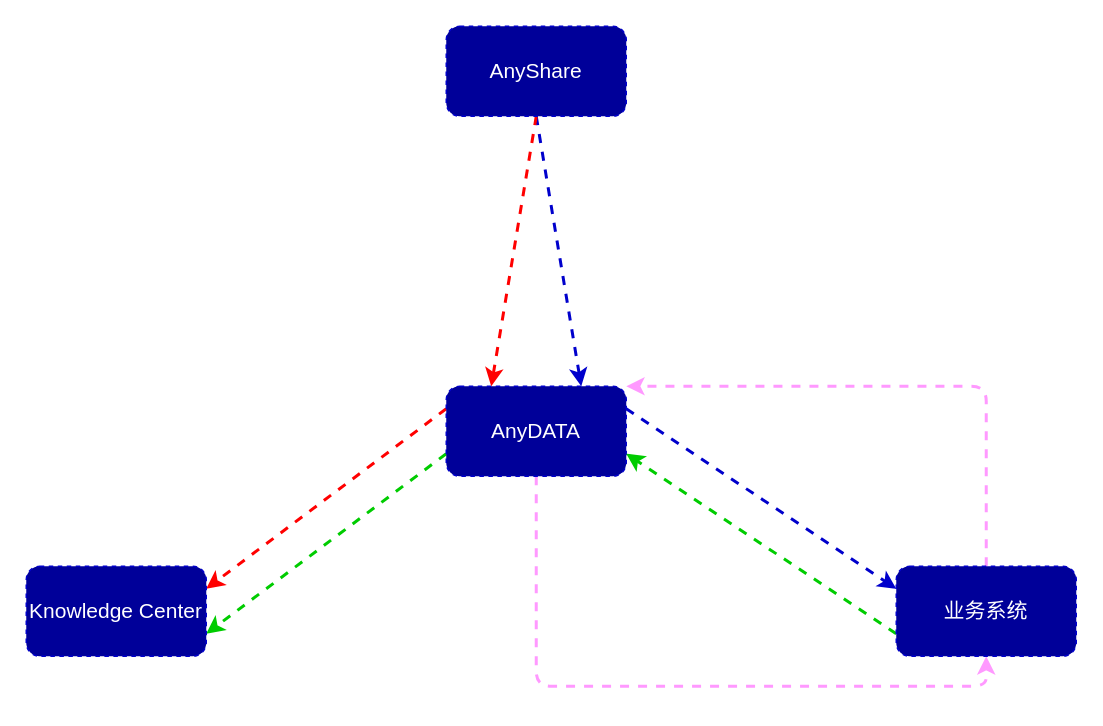
Earlier version of the draw.io diagram Cognitive intelligence.drawio.xml (Musk-Mxy/Mxy). Source tidied: cells renumbered, new cells numbered last; positions are measured from the earlier drawing's top-left corner, leaving out a move shared by most shapes. Both pictures are drawn from the tidied source at 150%, with x=0, y=0 at pixel (26, 26).
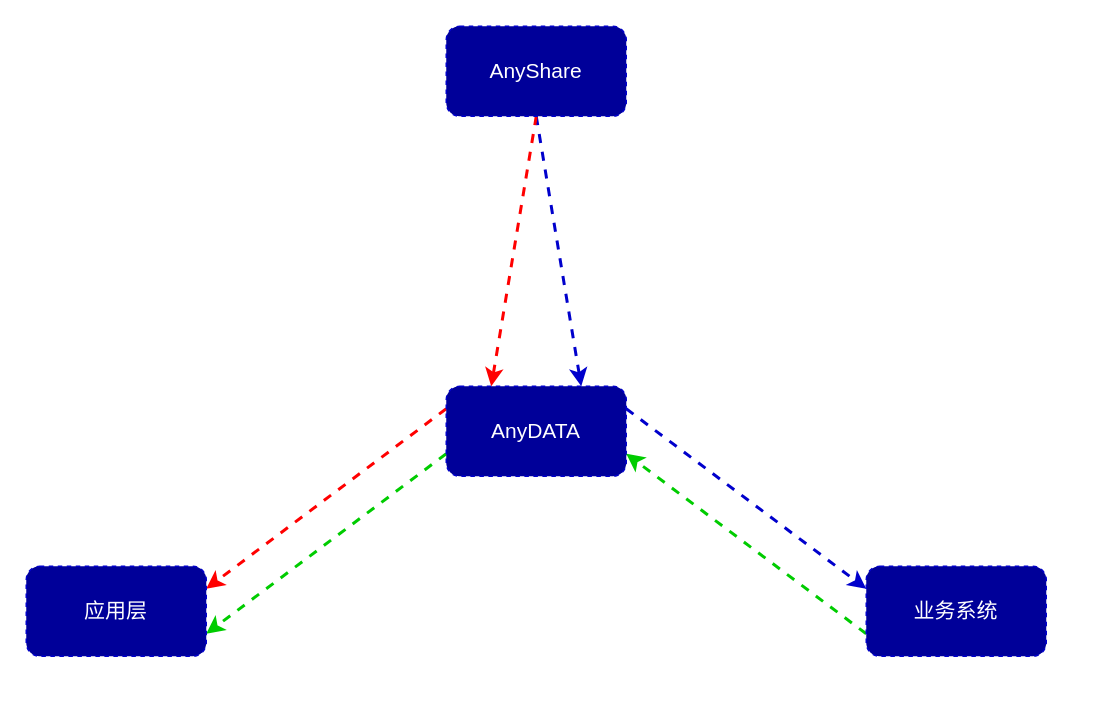
Above is the later version.

The edit, as a diff of the source:
```diff
@@
 <mxGraphModel>
   <root>
     <mxCell id="0" />
     <mxCell id="1" parent="0" />
     <mxCell id="2" style="edgeStyle=none;rounded=1;jettySize=auto;html=1;exitX=0;exitY=0.25;exitDx=0;exitDy=0;entryX=1;entryY=0.25;entryDx=0;entryDy=0;strokeColor=#FF0000;strokeWidth=2;dashed=1;labelBackgroundColor=none;fontColor=default;" parent="1" edge="1" source="6" target="10">
       <mxGeometry relative="1" as="geometry" />
     </mxCell>
     <mxCell id="3" style="edgeStyle=none;rounded=1;jettySize=auto;html=1;exitX=1;exitY=0.25;exitDx=0;exitDy=0;entryX=0;entryY=0.25;entryDx=0;entryDy=0;strokeColor=#0000CC;strokeWidth=2;dashed=1;labelBackgroundColor=none;fontColor=default;" parent="1" edge="1" source="6" target="13">
       <mxGeometry relative="1" as="geometry" />
     </mxCell>
     <mxCell id="4" style="edgeStyle=none;rounded=1;jettySize=auto;html=1;exitX=0;exitY=0.75;exitDx=0;exitDy=0;entryX=1;entryY=0.75;entryDx=0;entryDy=0;shadow=0;fontSize=14;fontColor=default;strokeColor=#00CC00;strokeWidth=2;dashed=1;labelBackgroundColor=none;" parent="1" edge="1" source="6" target="10">
       <mxGeometry relative="1" as="geometry" />
     </mxCell>
-    <mxCell id="5" style="edgeStyle=orthogonalEdgeStyle;rounded=1;jettySize=auto;html=1;exitX=0.5;exitY=1;exitDx=0;exitDy=0;entryX=0.5;entryY=1;entryDx=0;entryDy=0;shadow=0;fontSize=14;fontColor=default;strokeColor=#FF99FF;strokeWidth=2;dashed=1;labelBackgroundColor=none;" parent="1" edge="1" source="6" target="13">
-      <mxGeometry relative="1" as="geometry" />
-    </mxCell>
     <mxCell id="6" value="&lt;font color=&quot;#ffffff&quot;&gt;AnyDATA&lt;/font&gt;" style="rounded=1;whiteSpace=wrap;html=1;strokeColor=#0000CC;fillColor=#000099;fontColor=default;fontSize=14;dashed=1;labelBackgroundColor=none;" parent="1" vertex="1">
       <mxGeometry x="280" y="240" width="120" height="60" as="geometry" />
     </mxCell>
     <mxCell id="7" style="edgeStyle=none;rounded=1;jettySize=auto;html=1;exitX=0.5;exitY=1;exitDx=0;exitDy=0;entryX=0.75;entryY=0;entryDx=0;entryDy=0;strokeColor=#0000CC;strokeWidth=2;dashed=1;labelBackgroundColor=none;fontColor=default;" parent="1" edge="1" source="9" target="6">
       <mxGeometry relative="1" as="geometry" />
     </mxCell>
     <mxCell id="8" style="edgeStyle=none;rounded=1;jettySize=auto;html=1;exitX=0.5;exitY=1;exitDx=0;exitDy=0;entryX=0.25;entryY=0;entryDx=0;entryDy=0;shadow=0;fontSize=14;fontColor=default;strokeColor=#FF0000;strokeWidth=2;dashed=1;labelBackgroundColor=none;" parent="1" edge="1" source="9" target="6">
       <mxGeometry relative="1" as="geometry" />
     </mxCell>
     <mxCell id="9" value="&lt;font color=&quot;#ffffff&quot;&gt;AnyShare&lt;/font&gt;" style="rounded=1;whiteSpace=wrap;html=1;strokeColor=#0000CC;fillColor=#000099;fontColor=default;fontSize=14;dashed=1;labelBackgroundColor=none;" parent="1" vertex="1">
       <mxGeometry x="280" width="120" height="60" as="geometry" />
     </mxCell>
-    <mxCell id="10" value="&lt;font color=&quot;#ffffff&quot;&gt;Knowledge Center&lt;/font&gt;" style="rounded=1;whiteSpace=wrap;html=1;strokeColor=#0000CC;fillColor=#000099;fontColor=default;fontSize=14;dashed=1;labelBackgroundColor=none;" parent="1" vertex="1">
+    <mxCell id="10" value="&lt;font color=&quot;#ffffff&quot;&gt;应用层&lt;/font&gt;" style="rounded=1;whiteSpace=wrap;html=1;strokeColor=#0000CC;fillColor=#000099;fontColor=default;fontSize=14;dashed=1;labelBackgroundColor=none;" parent="1" vertex="1">
       <mxGeometry y="360" width="120" height="60" as="geometry" />
     </mxCell>
     <mxCell id="11" style="edgeStyle=none;rounded=1;jettySize=auto;html=1;exitX=0;exitY=0.75;exitDx=0;exitDy=0;entryX=1;entryY=0.75;entryDx=0;entryDy=0;shadow=0;fontSize=14;fontColor=default;strokeColor=#00CC00;strokeWidth=2;dashed=1;labelBackgroundColor=none;" parent="1" edge="1" source="13" target="6">
       <mxGeometry relative="1" as="geometry" />
     </mxCell>
-    <mxCell id="12" style="edgeStyle=orthogonalEdgeStyle;rounded=1;jettySize=auto;html=1;exitX=0.5;exitY=0;exitDx=0;exitDy=0;entryX=1;entryY=0;entryDx=0;entryDy=0;shadow=0;fontSize=14;fontColor=default;strokeColor=#FF99FF;strokeWidth=2;dashed=1;labelBackgroundColor=none;" parent="1" edge="1" source="13" target="6">
-      <mxGeometry relative="1" as="geometry">
-        <Array as="points">
-          <mxPoint x="640" y="240" />
-        </Array>
-      </mxGeometry>
-    </mxCell>
     <mxCell id="13" value="&lt;font color=&quot;#ffffff&quot;&gt;业务系统&lt;/font&gt;" style="rounded=1;whiteSpace=wrap;html=1;strokeColor=#0000CC;fillColor=#000099;fontColor=default;fontSize=14;dashed=1;labelBackgroundColor=none;" parent="1" vertex="1">
-      <mxGeometry x="580" y="360" width="120" height="60" as="geometry" />
+      <mxGeometry x="560" y="360" width="120" height="60" as="geometry" />
     </mxCell>
   </root>
 </mxGraphModel>
```
